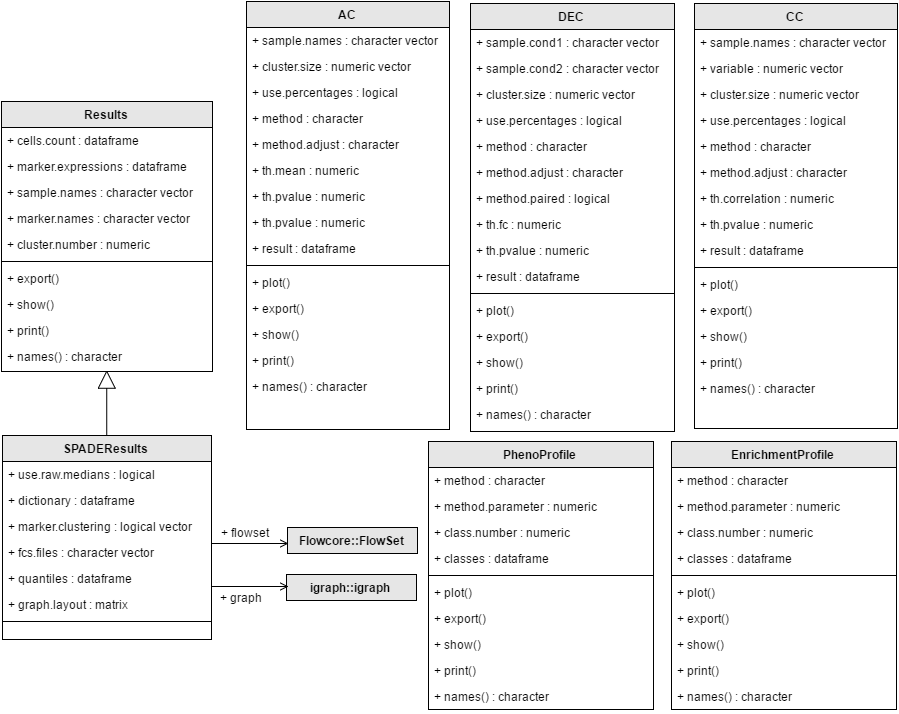
hjanime/SPADEVizR keeps this draw.io diagram as README.figures/UMLDiagram.png. Above is the earlier version. Source tidied: cells renumbered, new cells last; positions are measured from the earlier drawing's top-left corner, leaving out a move shared by most shapes.
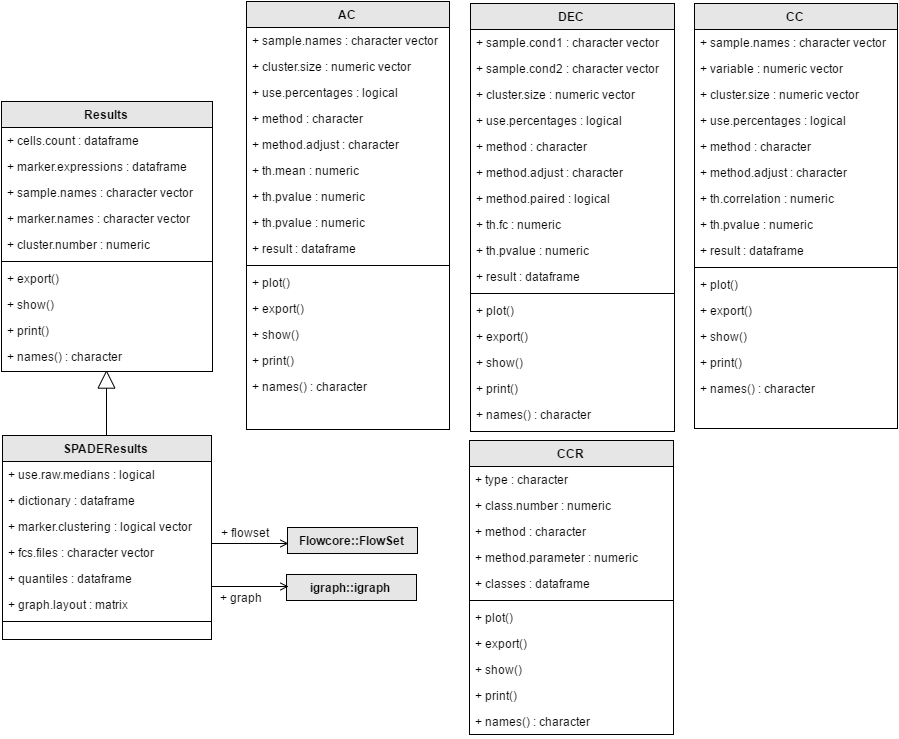
Above is the later version.

Diff of the diagram source:
```diff
@@ -212,75 +212,45 @@
     <mxCell id="71" value="Flowcore::FlowSet" style="swimlane;html=1;fontStyle=1;align=center;verticalAlign=top;horizontal=1;startSize=26;swimlaneFillColor=#ffffff;fillColor=#E6E6E6;" parent="1" vertex="1" collapsed="1">
       <mxGeometry x="286" y="526" width="130" height="26" as="geometry" />
     </mxCell>
-    <mxCell id="72" value="PhenoProfile" style="swimlane;html=1;fontStyle=1;align=center;verticalAlign=top;horizontal=1;startSize=26;swimlaneFillColor=#ffffff;fillColor=#E6E6E6;" parent="1" vertex="1">
-      <mxGeometry x="427" y="440" width="225" height="268" as="geometry" />
+    <mxCell id="72" value="CCR" style="swimlane;html=1;fontStyle=1;align=center;verticalAlign=top;horizontal=1;startSize=26;swimlaneFillColor=#ffffff;fillColor=#E6E6E6;" parent="1" vertex="1">
+      <mxGeometry x="468" y="439" width="204" height="294" as="geometry" />
     </mxCell>
+    <mxCell id="101" value="+ type : character" style="text;html=1;strokeColor=none;fillColor=none;align=left;verticalAlign=top;spacingLeft=4;spacingRight=4;whiteSpace=wrap;overflow=hidden;" parent="72" vertex="1">
+      <mxGeometry y="26" width="204" height="26" as="geometry" />
+    </mxCell>
+    <mxCell id="75" value="+ class.numb&lt;span style=&quot;line-height: 1.2&quot;&gt;er : numeric&lt;/span&gt;" style="text;html=1;strokeColor=none;fillColor=none;align=left;verticalAlign=top;spacingLeft=4;spacingRight=4;whiteSpace=wrap;overflow=hidden;" parent="72" vertex="1">
+      <mxGeometry y="52" width="204" height="26" as="geometry" />
+    </mxCell>
     <mxCell id="73" value="+ method :&amp;nbsp;&lt;span&gt;character&lt;/span&gt;" style="text;html=1;strokeColor=none;fillColor=none;align=left;verticalAlign=top;spacingLeft=4;spacingRight=4;whiteSpace=wrap;overflow=hidden;" parent="72" vertex="1">
-      <mxGeometry y="26" width="225" height="26" as="geometry" />
+      <mxGeometry y="78" width="204" height="26" as="geometry" />
     </mxCell>
     <mxCell id="74" value="+ method.parameter :&amp;nbsp;&lt;span&gt;numeric&lt;/span&gt;" style="text;html=1;strokeColor=none;fillColor=none;align=left;verticalAlign=top;spacingLeft=4;spacingRight=4;whiteSpace=wrap;overflow=hidden;" parent="72" vertex="1">
-      <mxGeometry y="52" width="225" height="26" as="geometry" />
+      <mxGeometry y="104" width="204" height="26" as="geometry" />
     </mxCell>
-    <mxCell id="75" value="+ class.numb&lt;span style=&quot;line-height: 1.2&quot;&gt;er : numeric&lt;/span&gt;" style="text;html=1;strokeColor=none;fillColor=none;align=left;verticalAlign=top;spacingLeft=4;spacingRight=4;whiteSpace=wrap;overflow=hidden;" parent="72" vertex="1">
-      <mxGeometry y="78" width="225" height="26" as="geometry" />
-    </mxCell>
     <mxCell id="76" value="+ classes : dataframe" style="text;html=1;strokeColor=none;fillColor=none;align=left;verticalAlign=top;spacingLeft=4;spacingRight=4;whiteSpace=wrap;overflow=hidden;" parent="72" vertex="1">
-      <mxGeometry y="104" width="225" height="26" as="geometry" />
+      <mxGeometry y="130" width="204" height="26" as="geometry" />
     </mxCell>
     <mxCell id="77" style="line;html=1;strokeWidth=1;fillColor=none;align=left;verticalAlign=middle;spacingTop=-1;spacingLeft=3;spacingRight=3;labelPosition=right;" parent="72" vertex="1">
-      <mxGeometry y="130" width="225" height="8" as="geometry" />
+      <mxGeometry y="156" width="204" height="8" as="geometry" />
     </mxCell>
     <mxCell id="78" value="+ plot()" style="text;html=1;strokeColor=none;fillColor=none;align=left;verticalAlign=top;spacingLeft=4;spacingRight=4;whiteSpace=wrap;overflow=hidden;" parent="72" vertex="1">
-      <mxGeometry y="138" width="225" height="26" as="geometry" />
+      <mxGeometry y="164" width="204" height="26" as="geometry" />
     </mxCell>
     <mxCell id="79" value="+ export()" style="text;html=1;strokeColor=none;fillColor=none;align=left;verticalAlign=top;spacingLeft=4;spacingRight=4;whiteSpace=wrap;overflow=hidden;" parent="72" vertex="1">
-      <mxGeometry y="164" width="225" height="26" as="geometry" />
+      <mxGeometry y="190" width="204" height="26" as="geometry" />
     </mxCell>
     <mxCell id="80" value="+ show&lt;span style=&quot;line-height: 1.2&quot;&gt;()&lt;/span&gt;" style="text;html=1;strokeColor=none;fillColor=none;align=left;verticalAlign=top;spacingLeft=4;spacingRight=4;whiteSpace=wrap;overflow=hidden;" parent="72" vertex="1">
-      <mxGeometry y="190" width="225" height="26" as="geometry" />
+      <mxGeometry y="216" width="204" height="26" as="geometry" />
     </mxCell>
     <mxCell id="81" value="+ print&lt;span style=&quot;line-height: 1.2&quot;&gt;()&lt;/span&gt;" style="text;html=1;strokeColor=none;fillColor=none;align=left;verticalAlign=top;spacingLeft=4;spacingRight=4;whiteSpace=wrap;overflow=hidden;" parent="72" vertex="1">
-      <mxGeometry y="216" width="225" height="26" as="geometry" />
+      <mxGeometry y="242" width="204" height="26" as="geometry" />
     </mxCell>
+    <mxCell id="83" value="+ names&lt;span style=&quot;line-height: 1.2&quot;&gt;() :&amp;nbsp;&lt;/span&gt;&lt;span&gt;character&lt;/span&gt;" style="text;html=1;strokeColor=none;fillColor=none;align=left;verticalAlign=top;spacingLeft=4;spacingRight=4;whiteSpace=wrap;overflow=hidden;" parent="72" vertex="1">
+      <mxGeometry y="268" width="204" height="26" as="geometry" />
+    </mxCell>
     <mxCell id="82" value="+&amp;nbsp;flowset" style="text;html=1;strokeColor=none;fillColor=none;align=left;verticalAlign=top;spacingLeft=4;spacingRight=4;whiteSpace=wrap;overflow=hidden;" parent="1" vertex="1">
       <mxGeometry x="214" y="518" width="100" height="26" as="geometry" />
     </mxCell>
-    <mxCell id="83" value="+ names&lt;span style=&quot;line-height: 1.2&quot;&gt;() :&amp;nbsp;&lt;/span&gt;&lt;span&gt;character&lt;/span&gt;" style="text;html=1;strokeColor=none;fillColor=none;align=left;verticalAlign=top;spacingLeft=4;spacingRight=4;whiteSpace=wrap;overflow=hidden;" parent="1" vertex="1">
-      <mxGeometry x="427" y="682" width="225" height="26" as="geometry" />
-    </mxCell>
-    <mxCell id="84" value="&lt;span&gt;EnrichmentProfile&lt;/span&gt;" style="swimlane;html=1;fontStyle=1;align=center;verticalAlign=top;horizontal=1;startSize=26;swimlaneFillColor=#ffffff;fillColor=#E6E6E6;" parent="1" vertex="1">
-      <mxGeometry x="670" y="440" width="225" height="268" as="geometry" />
-    </mxCell>
-    <mxCell id="85" value="+ method :&amp;nbsp;&lt;span&gt;character&lt;/span&gt;" style="text;html=1;strokeColor=none;fillColor=none;align=left;verticalAlign=top;spacingLeft=4;spacingRight=4;whiteSpace=wrap;overflow=hidden;" parent="84" vertex="1">
-      <mxGeometry y="26" width="225" height="26" as="geometry" />
-    </mxCell>
-    <mxCell id="86" value="+ method.parameter :&amp;nbsp;&lt;span&gt;numeric&lt;/span&gt;" style="text;html=1;strokeColor=none;fillColor=none;align=left;verticalAlign=top;spacingLeft=4;spacingRight=4;whiteSpace=wrap;overflow=hidden;" parent="84" vertex="1">
-      <mxGeometry y="52" width="225" height="26" as="geometry" />
-    </mxCell>
-    <mxCell id="87" value="+ class.numb&lt;span style=&quot;line-height: 1.2&quot;&gt;er : numeric&lt;/span&gt;" style="text;html=1;strokeColor=none;fillColor=none;align=left;verticalAlign=top;spacingLeft=4;spacingRight=4;whiteSpace=wrap;overflow=hidden;" parent="84" vertex="1">
-      <mxGeometry y="78" width="225" height="26" as="geometry" />
-    </mxCell>
-    <mxCell id="88" value="+ classes : dataframe" style="text;html=1;strokeColor=none;fillColor=none;align=left;verticalAlign=top;spacingLeft=4;spacingRight=4;whiteSpace=wrap;overflow=hidden;" parent="84" vertex="1">
-      <mxGeometry y="104" width="225" height="26" as="geometry" />
-    </mxCell>
-    <mxCell id="89" style="line;html=1;strokeWidth=1;fillColor=none;align=left;verticalAlign=middle;spacingTop=-1;spacingLeft=3;spacingRight=3;labelPosition=right;" parent="84" vertex="1">
-      <mxGeometry y="130" width="225" height="8" as="geometry" />
-    </mxCell>
-    <mxCell id="90" value="+ plot()" style="text;html=1;strokeColor=none;fillColor=none;align=left;verticalAlign=top;spacingLeft=4;spacingRight=4;whiteSpace=wrap;overflow=hidden;" parent="84" vertex="1">
-      <mxGeometry y="138" width="225" height="26" as="geometry" />
-    </mxCell>
-    <mxCell id="91" value="+ export()" style="text;html=1;strokeColor=none;fillColor=none;align=left;verticalAlign=top;spacingLeft=4;spacingRight=4;whiteSpace=wrap;overflow=hidden;" parent="84" vertex="1">
-      <mxGeometry y="164" width="225" height="26" as="geometry" />
-    </mxCell>
-    <mxCell id="92" value="+ show&lt;span style=&quot;line-height: 1.2&quot;&gt;()&lt;/span&gt;" style="text;html=1;strokeColor=none;fillColor=none;align=left;verticalAlign=top;spacingLeft=4;spacingRight=4;whiteSpace=wrap;overflow=hidden;" parent="84" vertex="1">
-      <mxGeometry y="190" width="225" height="26" as="geometry" />
-    </mxCell>
-    <mxCell id="93" value="+ print&lt;span style=&quot;line-height: 1.2&quot;&gt;()&lt;/span&gt;" style="text;html=1;strokeColor=none;fillColor=none;align=left;verticalAlign=top;spacingLeft=4;spacingRight=4;whiteSpace=wrap;overflow=hidden;" parent="84" vertex="1">
-      <mxGeometry y="216" width="225" height="26" as="geometry" />
-    </mxCell>
-    <mxCell id="94" value="+ names&lt;span style=&quot;line-height: 1.2&quot;&gt;() :&amp;nbsp;&lt;/span&gt;&lt;span&gt;character&lt;/span&gt;" style="text;html=1;strokeColor=none;fillColor=none;align=left;verticalAlign=top;spacingLeft=4;spacingRight=4;whiteSpace=wrap;overflow=hidden;" parent="1" vertex="1">
-      <mxGeometry x="670" y="682" width="225" height="26" as="geometry" />
-    </mxCell>
     <mxCell id="95" value="+ graph" style="text;html=1;strokeColor=none;fillColor=none;align=left;verticalAlign=top;spacingLeft=4;spacingRight=4;whiteSpace=wrap;overflow=hidden;" parent="1" vertex="1">
       <mxGeometry x="213" y="583" width="100" height="26" as="geometry" />
     </mxCell>
```
